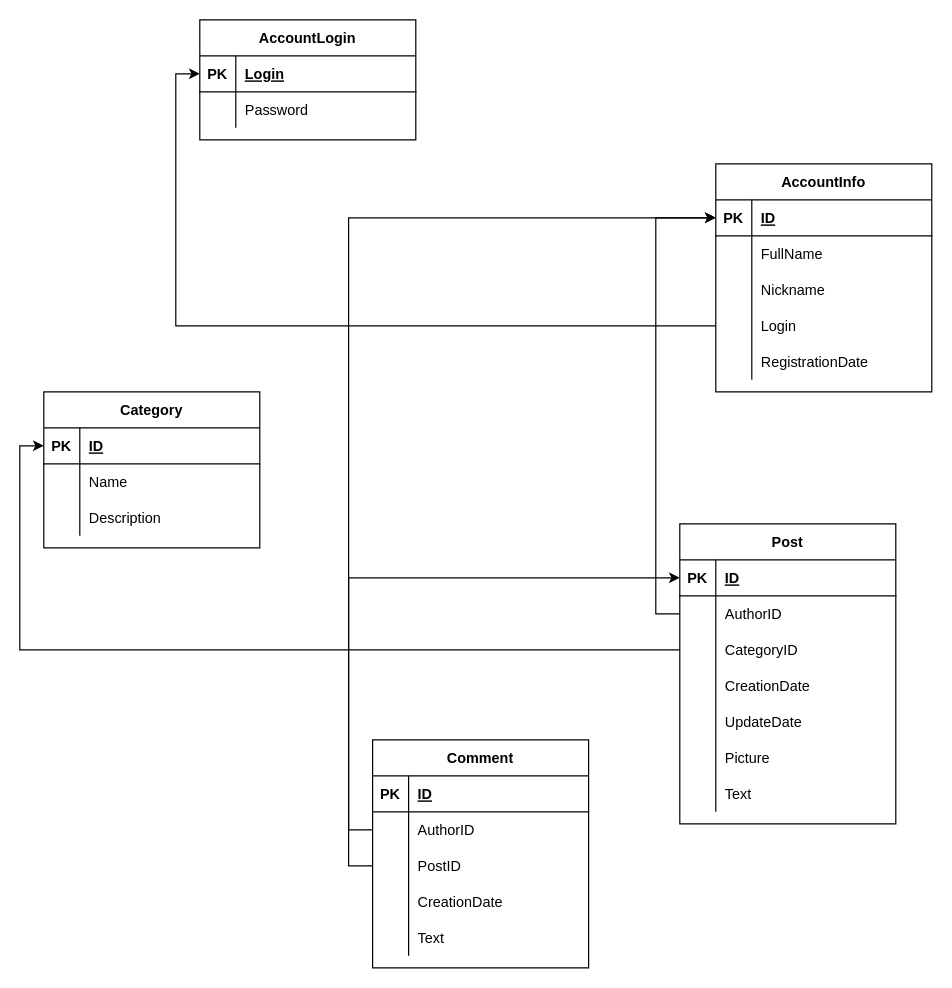
Earlier version of the draw.io diagram DB_model.drawio (ThattHuman/ResponsiveSite). Source tidied: cells renumbered, new cells numbered last; positions are measured from the earlier drawing's top-left corner, leaving out a move shared by most shapes. Both pictures are drawn from the tidied source at 120%, with x=0, y=0 at pixel (43, 19).
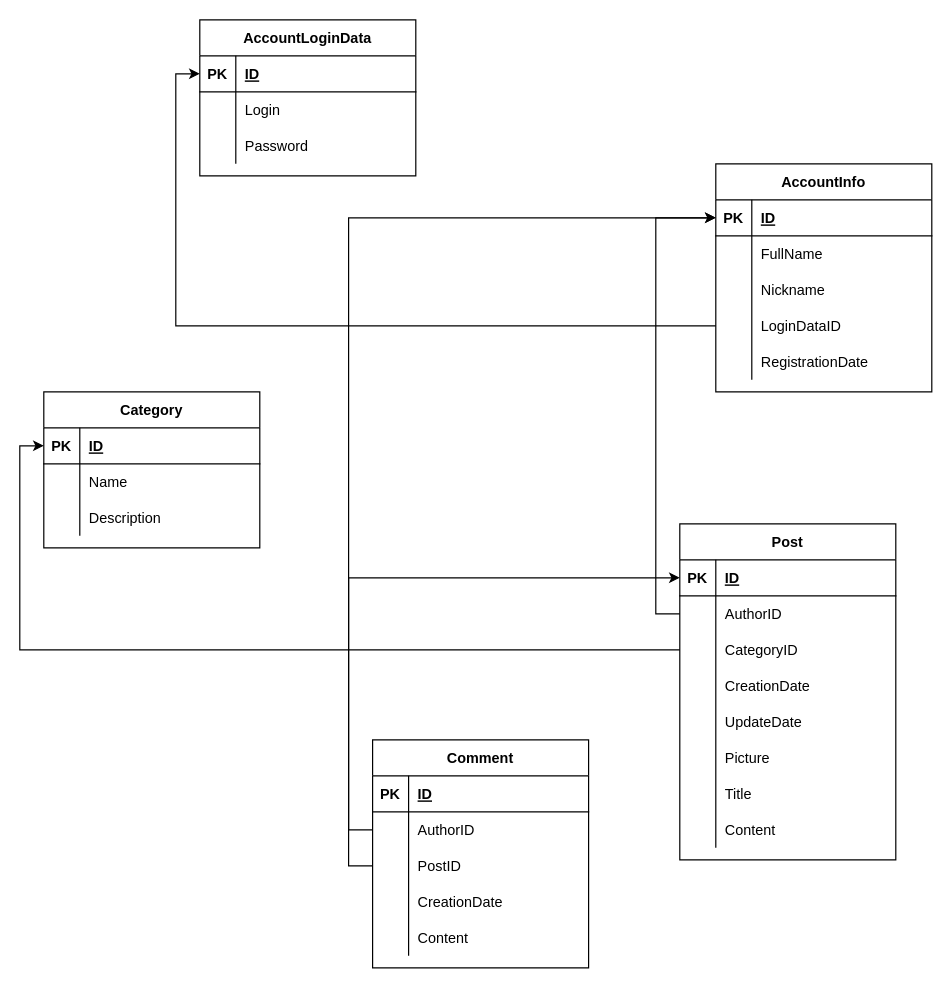
The same diagram, later.

The change refers to these unchanged cells:
```xml
<mxCell id="3" style="shape=partialRectangle;fillColor=none;top=0;left=0;bottom=1;right=0;points=[[0,0.5],[1,0.5]];portConstraint=eastwest;" parent="2" vertex="1">
  <mxGeometry y="30" width="180" height="30" as="geometry" />
</mxCell>
<mxCell id="6" style="shape=partialRectangle;fillColor=none;top=0;left=0;bottom=0;right=0;" parent="2" vertex="1">
  <mxGeometry y="60" width="180" height="30" as="geometry" />
</mxCell>
<mxCell id="19" style="shape=partialRectangle;fillColor=none;top=0;left=0;bottom=0;right=0;points=[[0,0.5],[1,0.5]];portConstraint=eastwest;" parent="9" vertex="1">
  <mxGeometry y="120" width="180" height="30" as="geometry" />
</mxCell>
<mxCell id="45" style="shape=partialRectangle;fillColor=none;top=0;left=0;bottom=0;right=0;" parent="26" vertex="1">
  <mxGeometry y="210" width="180" height="30" as="geometry" />
</mxCell>
<mxCell id="71" style="shape=partialRectangle;fillColor=none;top=0;left=0;bottom=0;right=0;" parent="58" vertex="1">
  <mxGeometry y="150" width="180" height="30" as="geometry" />
</mxCell>
```

Diff of the diagram source:
```diff
@@
-    <mxCell id="2" value="AccountLogin" style="shape=table;startSize=30;childLayout=tableLayout;rowLines=0;fontStyle=1;align=center;" parent="1" vertex="1">
-      <mxGeometry x="130" width="180" height="100" as="geometry" />
+    <mxCell id="2" value="AccountLoginData" style="shape=table;startSize=30;childLayout=tableLayout;rowLines=0;fontStyle=1;align=center;" parent="1" vertex="1">
+      <mxGeometry x="130" width="180" height="130" as="geometry" />
     </mxCell>
@@
-    <mxCell id="5" value="Login" style="shape=partialRectangle;fillColor=none;top=0;left=0;bottom=0;right=0;align=left;spacingLeft=6;fontStyle=5;overflow=hidden;" parent="3" vertex="1">
+    <mxCell id="5" value="ID" style="shape=partialRectangle;fillColor=none;top=0;left=0;bottom=0;right=0;align=left;spacingLeft=6;fontStyle=5;overflow=hidden;" parent="3" vertex="1">
       <mxGeometry x="30" width="150" height="30" as="geometry" />
     </mxCell>
@@
-    <mxCell id="8" value="Password" style="shape=partialRectangle;fillColor=none;top=0;left=0;bottom=0;right=0;align=left;spacingLeft=6;overflow=hidden;" parent="6" vertex="1">
+    <mxCell id="8" value="Login" style="shape=partialRectangle;fillColor=none;top=0;left=0;bottom=0;right=0;align=left;spacingLeft=6;overflow=hidden;" parent="6" vertex="1">
       <mxGeometry x="30" width="150" height="30" as="geometry" />
     </mxCell>
+    <mxCell id="78" style="shape=partialRectangle;fillColor=none;top=0;left=0;bottom=0;right=0;" parent="2" vertex="1">
+      <mxGeometry y="90" width="180" height="30" as="geometry" />
+    </mxCell>
+    <mxCell id="79" style="shape=partialRectangle;fillColor=none;top=0;left=0;bottom=0;right=0;overflow=hidden;" parent="78" vertex="1">
+      <mxGeometry width="30" height="30" as="geometry" />
+    </mxCell>
+    <mxCell id="80" value="Password" style="shape=partialRectangle;fillColor=none;top=0;left=0;bottom=0;right=0;align=left;spacingLeft=6;overflow=hidden;" parent="78" vertex="1">
+      <mxGeometry x="30" width="150" height="30" as="geometry" />
+    </mxCell>
@@
-    <mxCell id="21" value="Login" style="shape=partialRectangle;fillColor=none;top=0;left=0;bottom=0;right=0;align=left;spacingLeft=6;overflow=hidden;" parent="19" vertex="1">
+    <mxCell id="21" value="LoginDataID" style="shape=partialRectangle;fillColor=none;top=0;left=0;bottom=0;right=0;align=left;spacingLeft=6;overflow=hidden;" parent="19" vertex="1">
       <mxGeometry x="30" width="150" height="30" as="geometry" />
     </mxCell>
@@
     <mxCell id="26" value="Post" style="shape=table;startSize=30;childLayout=tableLayout;rowLines=0;fontStyle=1;align=center;" parent="1" vertex="1">
-      <mxGeometry x="530" y="420" width="180" height="250" as="geometry" />
+      <mxGeometry x="530" y="420" width="180" height="280" as="geometry" />
     </mxCell>
@@
-    <mxCell id="47" value="Text" style="shape=partialRectangle;fillColor=none;top=0;left=0;bottom=0;right=0;align=left;spacingLeft=6;overflow=hidden;" parent="45" vertex="1">
+    <mxCell id="47" value="Title" style="shape=partialRectangle;fillColor=none;top=0;left=0;bottom=0;right=0;align=left;spacingLeft=6;overflow=hidden;" parent="45" vertex="1">
       <mxGeometry x="30" width="150" height="30" as="geometry" />
     </mxCell>
+    <mxCell id="81" style="shape=partialRectangle;fillColor=none;top=0;left=0;bottom=0;right=0;" parent="26" vertex="1">
+      <mxGeometry y="240" width="180" height="30" as="geometry" />
+    </mxCell>
+    <mxCell id="82" style="shape=partialRectangle;fillColor=none;top=0;left=0;bottom=0;right=0;overflow=hidden;" parent="81" vertex="1">
+      <mxGeometry width="30" height="30" as="geometry" />
+    </mxCell>
+    <mxCell id="83" value="Content" style="shape=partialRectangle;fillColor=none;top=0;left=0;bottom=0;right=0;align=left;spacingLeft=6;overflow=hidden;" parent="81" vertex="1">
+      <mxGeometry x="30" width="150" height="30" as="geometry" />
+    </mxCell>
@@
-    <mxCell id="73" value="Text" style="shape=partialRectangle;fillColor=none;top=0;left=0;bottom=0;right=0;align=left;spacingLeft=6;overflow=hidden;" parent="71" vertex="1">
+    <mxCell id="73" value="Content" style="shape=partialRectangle;fillColor=none;top=0;left=0;bottom=0;right=0;align=left;spacingLeft=6;overflow=hidden;" parent="71" vertex="1">
       <mxGeometry x="30" width="150" height="30" as="geometry" />
     </mxCell>
```
